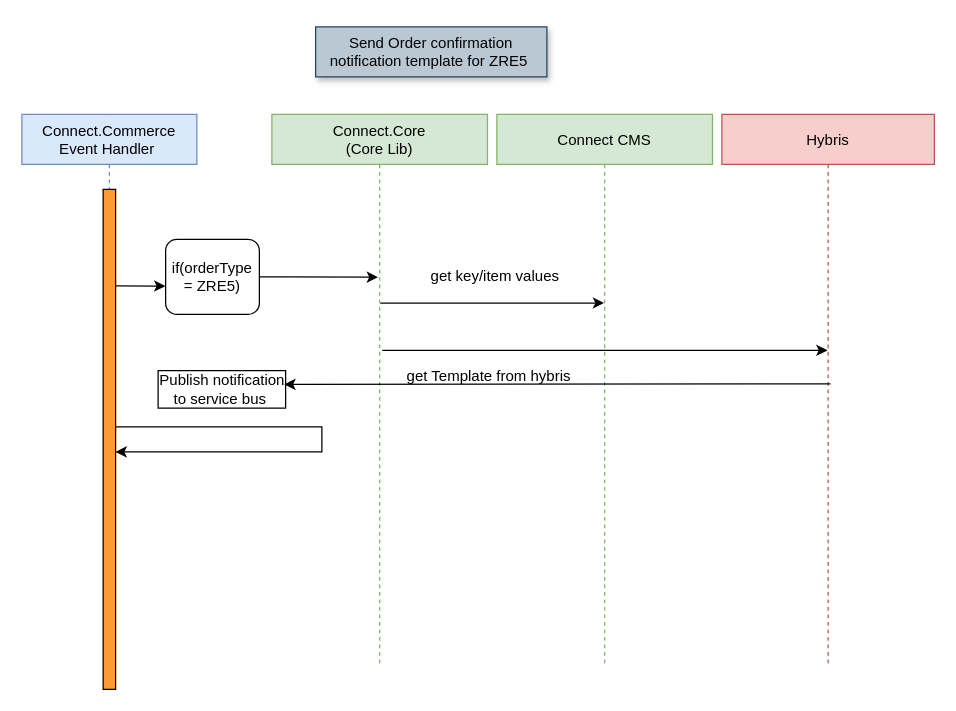
This is Untitled Diagram.drawio from MrMetalAddict/Retail-Mon, a draw.io file, before an edit. Source tidied: cells renumbered, new cells numbered last; positions are measured from the earlier drawing's top-left corner, leaving out a move shared by most shapes. Both pictures are drawn from the tidied source at 125%, with x=0, y=0 at pixel (21, 26).
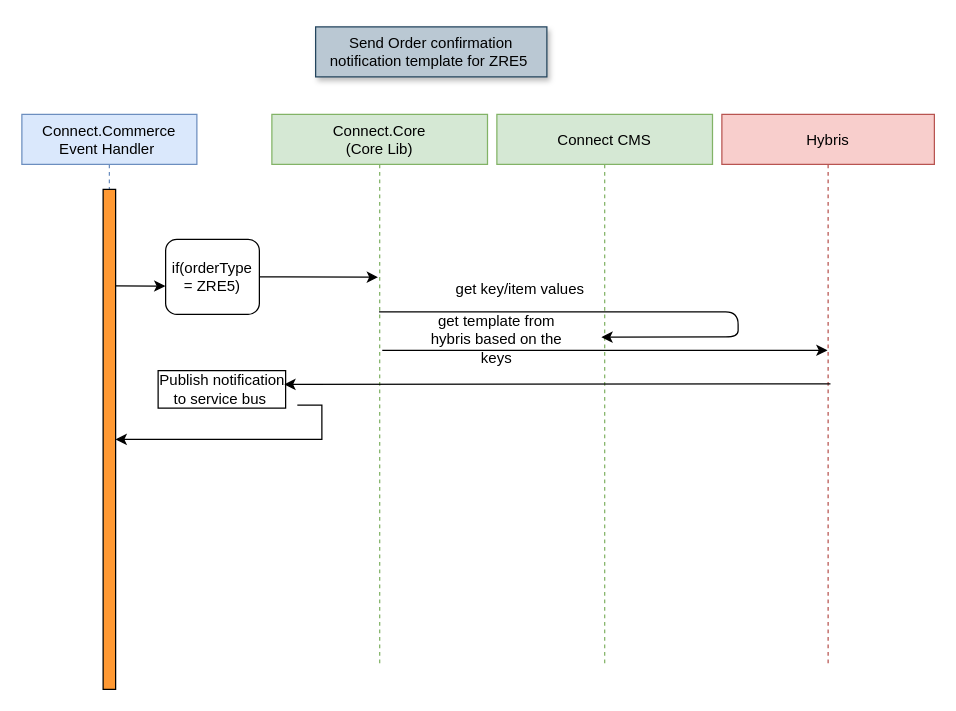
Above is the later version.

Unchanged cells that the change refers to:
```xml
<mxCell id="2" value="Connect.Commerce&#10;Event Handler " style="shape=umlLifeline;perimeter=lifelinePerimeter;rounded=0;shadow=0;strokeWidth=1;fillColor=#dae8fc;strokeColor=#6c8ebf;" parent="1" vertex="1">
  <mxGeometry y="70" width="140" height="440" as="geometry" />
</mxCell>
<mxCell id="3" style="points=[];perimeter=orthogonalPerimeter;rounded=0;shadow=0;strokeWidth=1;fillColor=#FF9933;" parent="2" vertex="1">
  <mxGeometry x="65" y="60" width="10" height="400" as="geometry" />
</mxCell>
<mxCell id="5" value="Connect.Core &#10;(Core Lib)" style="shape=umlLifeline;perimeter=lifelinePerimeter;rounded=0;shadow=0;strokeWidth=1;fillColor=#d5e8d4;strokeColor=#82b366;" parent="1" vertex="1">
  <mxGeometry x="200" y="70" width="172.5" height="440" as="geometry" />
</mxCell>
<mxCell id="11" value="Connect CMS" style="shape=umlLifeline;perimeter=lifelinePerimeter;rounded=0;shadow=0;strokeWidth=1;fillColor=#d5e8d4;strokeColor=#82b366;" parent="1" vertex="1">
  <mxGeometry x="380" y="70" width="172.5" height="440" as="geometry" />
</mxCell>
<mxCell id="12" value="Publish notification &lt;br&gt;to service bus&amp;nbsp;" style="text;html=1;align=center;verticalAlign=middle;points=[];labelBorderColor=#000000;" parent="1" vertex="1">
  <mxGeometry x="100" y="275" width="120" height="30" as="geometry" />
</mxCell>
```

The edit, as a diff of the source:
```diff
@@
-    <mxCell id="4" style="edgeStyle=orthogonalEdgeStyle;rounded=0;orthogonalLoop=1;jettySize=auto;html=1;" parent="2" edge="1" source="3" target="3">
-      <mxGeometry relative="1" as="geometry">
-        <Array as="points">
-          <mxPoint x="240" y="260" />
-        </Array>
-      </mxGeometry>
-    </mxCell>
@@
-    <mxCell id="15" value="get Template from hybris&amp;nbsp;" style="text;html=1;align=center;verticalAlign=middle;" parent="1" vertex="1">
-      <mxGeometry x="300" y="270" width="150" height="20" as="geometry" />
-    </mxCell>
+    <mxCell id="17" value="get key/item values&amp;nbsp;" style="text;html=1;align=center;verticalAlign=middle;" parent="1" vertex="1">
+      <mxGeometry x="340" y="200" width="120" height="20" as="geometry" />
+    </mxCell>
-    <mxCell id="16" style="endArrow=classic;html=1;exitX=0.503;exitY=0.343;exitDx=0;exitDy=0;exitPerimeter=0;" parent="1" edge="1" source="5" target="11">
-      <mxGeometry relative="1" as="geometry" />
+    <mxCell id="16" style="endArrow=classic;html=1;entryX=0.485;entryY=0.405;entryDx=0;entryDy=0;entryPerimeter=0;" parent="1" edge="1" source="5" target="11">
+      <mxGeometry relative="1" as="geometry">
+        <Array as="points">
+          <mxPoint x="573" y="228" />
+          <mxPoint x="573" y="248" />
+        </Array>
+      </mxGeometry>
     </mxCell>
-    <mxCell id="17" value="get key/item values&amp;nbsp;" style="text;html=1;align=center;verticalAlign=middle;" parent="1" vertex="1">
-      <mxGeometry x="320" y="190" width="120" height="20" as="geometry" />
-    </mxCell>
+    <mxCell id="18" value="&lt;span style=&quot;color: rgba(0 , 0 , 0 , 0) ; font-family: monospace ; font-size: 0px&quot;&gt;g&lt;/span&gt;" style="text;html=1;align=center;verticalAlign=middle;" parent="1" vertex="1">
+      <mxGeometry x="360" y="240" width="20" height="20" as="geometry" />
+    </mxCell>
+    <mxCell id="19" value="get template from hybris based on the keys" style="text;html=1;strokeColor=none;fillColor=none;align=center;verticalAlign=middle;whiteSpace=wrap;rounded=0;" parent="1" vertex="1">
+      <mxGeometry x="320" y="240" width="120" height="20" as="geometry" />
+    </mxCell>
+    <mxCell id="4" style="edgeStyle=orthogonalEdgeStyle;rounded=0;jettySize=auto;html=1;exitX=1.003;exitY=0.92;exitDx=0;exitDy=0;exitPerimeter=0;" parent="1" edge="1" source="12" target="3">
+      <mxGeometry relative="1" as="geometry">
+        <Array as="points">
+          <mxPoint x="240" y="330" />
+        </Array>
+      </mxGeometry>
+    </mxCell>
```
